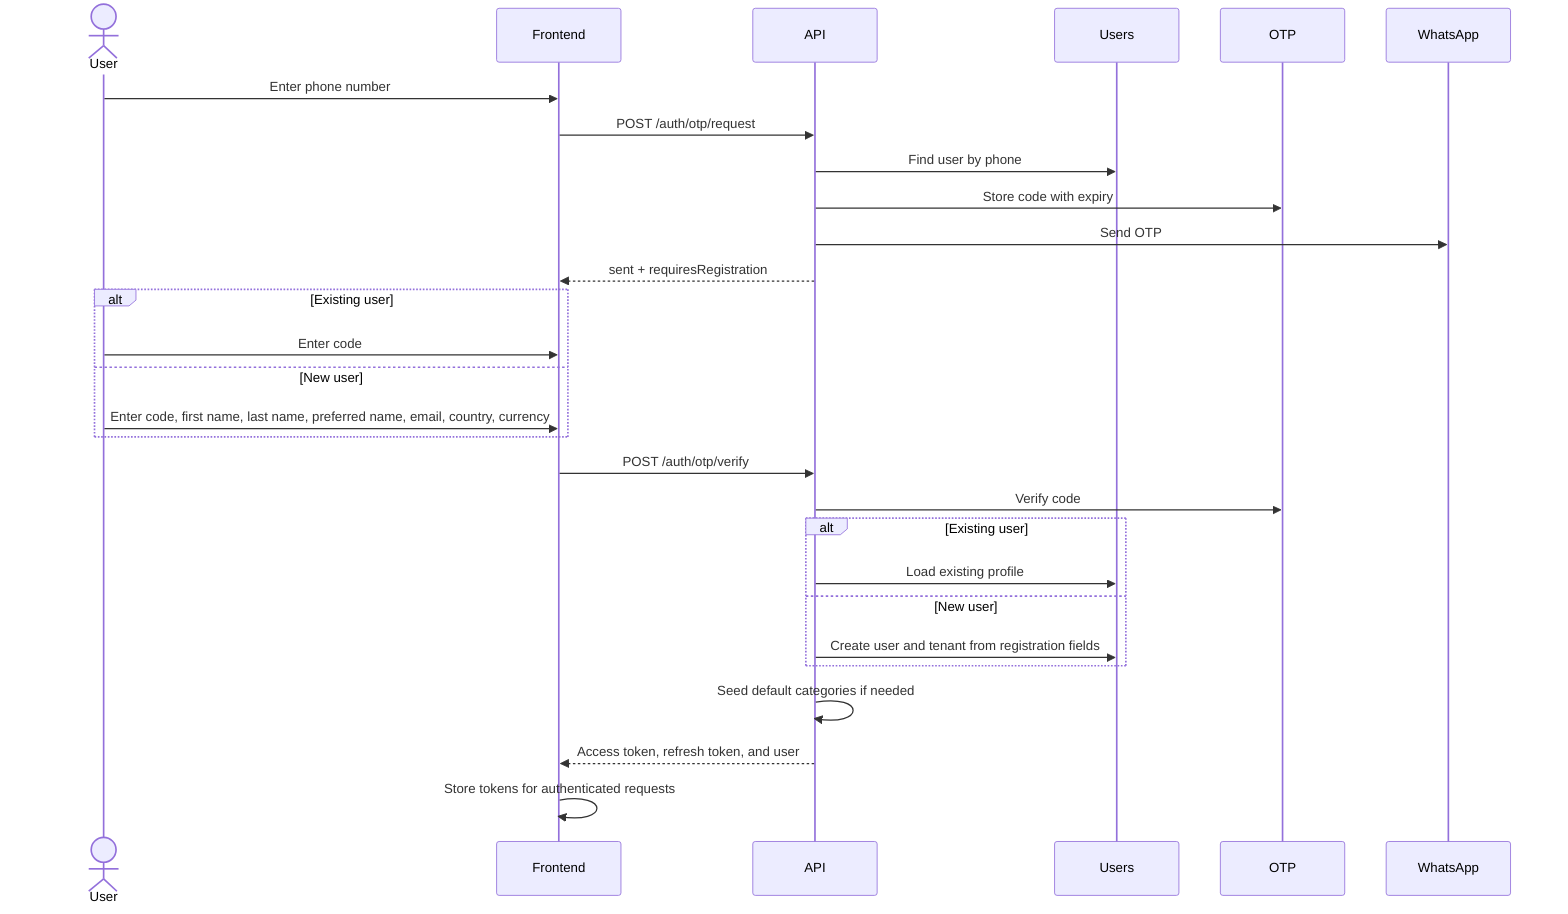
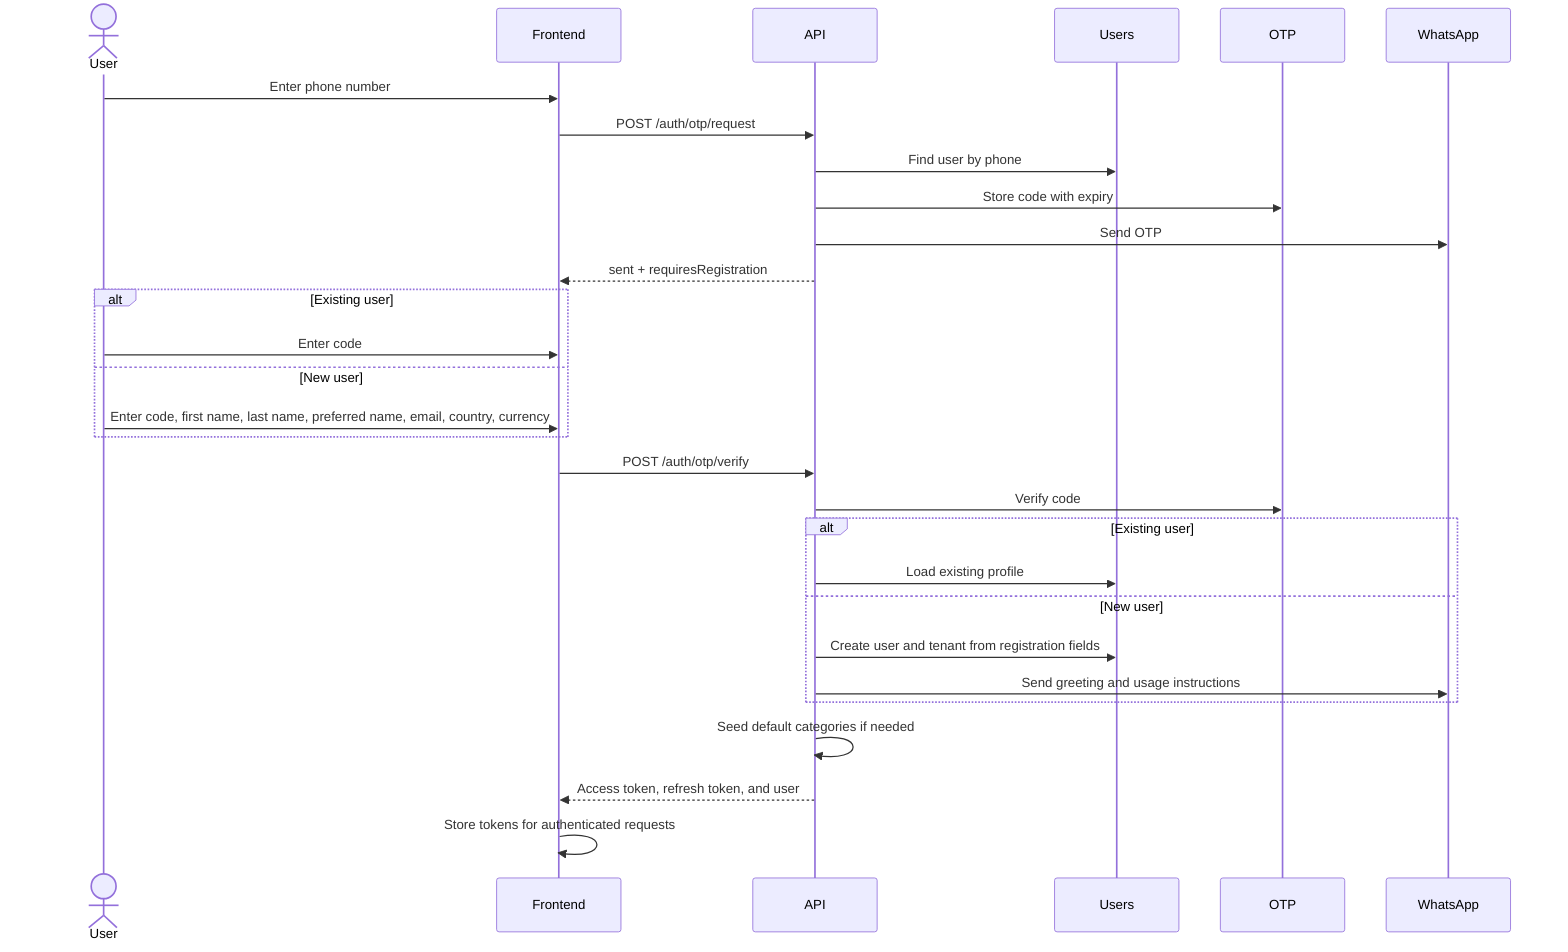
sequenceDiagram
  actor User
  participant Frontend
  participant API
  participant Users
  participant OTP
  participant WhatsApp
  User->>Frontend: Enter phone number
  Frontend->>API: POST /auth/otp/request
  API->>Users: Find user by phone
  API->>OTP: Store code with expiry
  API->>WhatsApp: Send OTP
  API-->>Frontend: sent + requiresRegistration
  alt Existing user
    User->>Frontend: Enter code
  else New user
    User->>Frontend: Enter code, first name, last name, preferred name, email, country, currency
  end
  Frontend->>API: POST /auth/otp/verify
  API->>OTP: Verify code
  alt Existing user
    API->>Users: Load existing profile
  else New user
    API->>Users: Create user and tenant from registration fields
+     API->>WhatsApp: Send greeting and usage instructions
  end
  API->>API: Seed default categories if needed
  API-->>Frontend: Access token, refresh token, and user
  Frontend->>Frontend: Store tokens for authenticated requests
